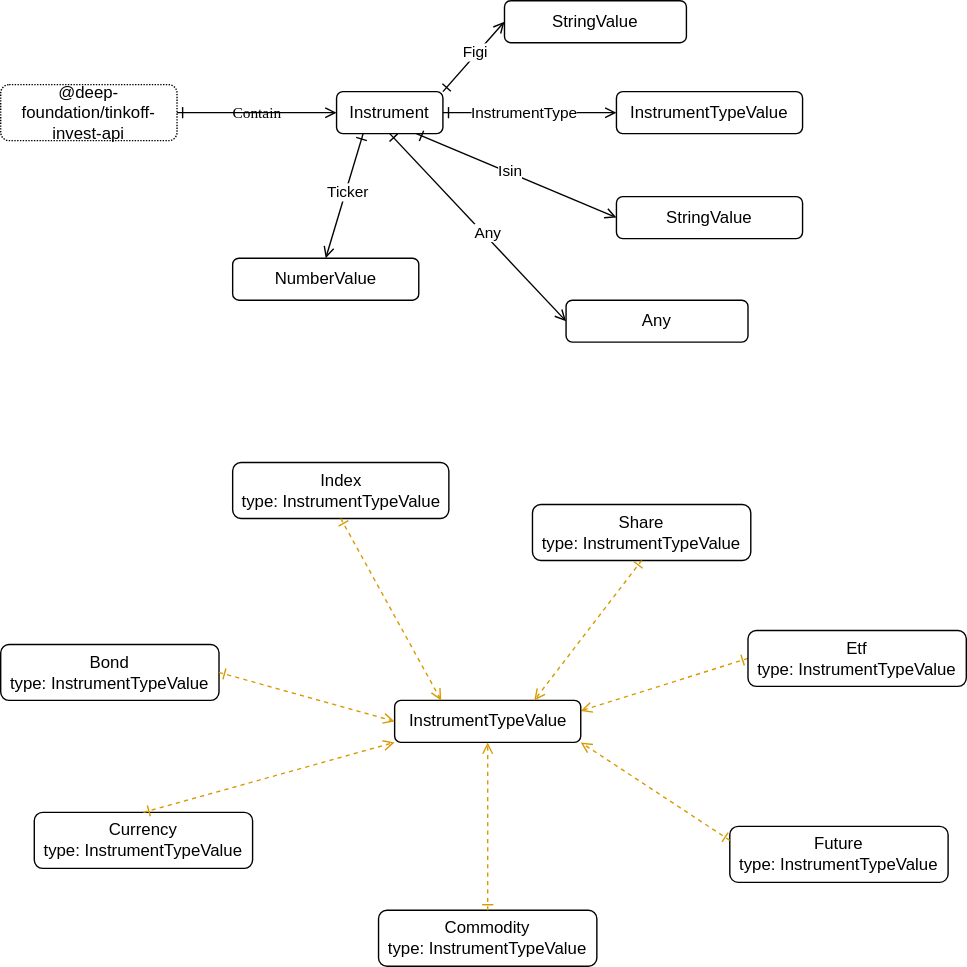
Earlier version of the draw.io export src/instrument/Instrument.drawio.svg (suenot/deep-tinkoff-invest-api). Source tidied: cells renumbered, new cells last; positions are measured from the earlier drawing's top-left corner, leaving out a move shared by most shapes. Source of this version:
```xml
<mxGraphModel>
  <root>
    <mxCell id="0" />
    <mxCell id="1" parent="0" />
    <mxCell id="2" style="edgeStyle=none;html=1;exitX=1;exitY=0;exitDx=0;exitDy=0;entryX=0;entryY=0.5;entryDx=0;entryDy=0;startArrow=ERone;startFill=0;endArrow=open;endFill=0;" parent="1" edge="1" source="4" target="5">
      <mxGeometry relative="1" as="geometry" />
    </mxCell>
    <mxCell id="3" value="Figi" style="edgeLabel;html=1;align=center;verticalAlign=middle;" parent="2" vertex="1">
      <mxGeometry x="0.08" y="2" relative="1" as="geometry" />
    </mxCell>
    <mxCell id="4" value="Instrument" style="rounded=1;whiteSpace=wrap;html=1;labelBackgroundColor=none;" parent="1" vertex="1">
      <mxGeometry x="240" y="65" width="76" height="30" as="geometry" />
    </mxCell>
    <mxCell id="5" value="StringValue" style="rounded=1;whiteSpace=wrap;html=1;labelBackgroundColor=none;" parent="1" vertex="1">
      <mxGeometry x="360" width="130" height="30" as="geometry" />
    </mxCell>
    <mxCell id="6" value="@deep-foundation/tinkoff-invest-api" style="rounded=1;whiteSpace=wrap;html=1;labelBackgroundColor=none;dashed=1;dashPattern=1 1;" parent="1" vertex="1">
      <mxGeometry y="60" width="126" height="40" as="geometry" />
    </mxCell>
    <mxCell id="7" value="Contain" style="jettySize=auto;html=1;shadow=0;labelBackgroundColor=none;startArrow=ERone;startFill=0;endArrow=open;endFill=0;fontColor=#000000;fontFamily=Comic Sans MS;entryX=0;entryY=0.5;entryDx=0;entryDy=0;exitX=1;exitY=0.5;exitDx=0;exitDy=0;" parent="1" edge="1" source="6" target="4">
      <mxGeometry relative="1" as="geometry" />
    </mxCell>
    <mxCell id="8" style="edgeStyle=none;html=1;exitX=0;exitY=0.5;exitDx=0;exitDy=0;dashed=1;startArrow=ERone;startFill=0;endArrow=open;endFill=0;entryX=1;entryY=0.25;entryDx=0;entryDy=0;strokeColor=#D79B00;" parent="1" edge="1" source="11" target="9">
      <mxGeometry relative="1" as="geometry" />
    </mxCell>
    <mxCell id="9" value="InstrumentTypeValue" style="rounded=1;whiteSpace=wrap;html=1;labelBackgroundColor=none;" parent="1" vertex="1">
      <mxGeometry x="281.5" y="500" width="133" height="30" as="geometry" />
    </mxCell>
    <mxCell id="10" value="Share&lt;br&gt;type: InstrumentTypeValue" style="rounded=1;whiteSpace=wrap;html=1;labelBackgroundColor=none;" parent="1" vertex="1">
      <mxGeometry x="380" y="360" width="156" height="40" as="geometry" />
    </mxCell>
    <mxCell id="11" value="Etf&lt;br&gt;type: InstrumentTypeValue" style="rounded=1;whiteSpace=wrap;html=1;labelBackgroundColor=none;" parent="1" vertex="1">
      <mxGeometry x="534" y="450" width="156" height="40" as="geometry" />
    </mxCell>
    <mxCell id="12" value="Future&lt;br&gt;type: InstrumentTypeValue" style="rounded=1;whiteSpace=wrap;html=1;labelBackgroundColor=none;" parent="1" vertex="1">
      <mxGeometry x="521" y="590" width="156" height="40" as="geometry" />
    </mxCell>
    <mxCell id="13" value="Commodity&lt;br&gt;type: InstrumentTypeValue" style="rounded=1;whiteSpace=wrap;html=1;labelBackgroundColor=none;" parent="1" vertex="1">
      <mxGeometry x="270" y="650" width="156" height="40" as="geometry" />
    </mxCell>
    <mxCell id="14" value="Index&lt;br&gt;type: InstrumentTypeValue" style="rounded=1;whiteSpace=wrap;html=1;labelBackgroundColor=none;" parent="1" vertex="1">
      <mxGeometry x="165.8" y="330" width="154.5" height="40" as="geometry" />
    </mxCell>
    <mxCell id="15" value="Currency&lt;br&gt;type: InstrumentTypeValue" style="rounded=1;whiteSpace=wrap;html=1;labelBackgroundColor=none;" parent="1" vertex="1">
      <mxGeometry x="24" y="580" width="156" height="40" as="geometry" />
    </mxCell>
    <mxCell id="16" value="Bond&lt;br&gt;type: InstrumentTypeValue" style="rounded=1;whiteSpace=wrap;html=1;labelBackgroundColor=none;" parent="1" vertex="1">
      <mxGeometry y="460" width="156" height="40" as="geometry" />
    </mxCell>
    <mxCell id="17" style="edgeStyle=none;html=1;exitX=1;exitY=0.5;exitDx=0;exitDy=0;startArrow=ERone;startFill=0;entryX=0;entryY=0.5;entryDx=0;entryDy=0;endArrow=open;endFill=0;" parent="1" edge="1" source="4" target="19">
      <mxGeometry relative="1" as="geometry" />
    </mxCell>
    <mxCell id="18" value="InstrumentType" style="edgeLabel;html=1;align=center;verticalAlign=middle;" parent="17" vertex="1">
      <mxGeometry x="-0.07" y="1" relative="1" as="geometry" />
    </mxCell>
    <mxCell id="19" value="InstrumentTypeValue" style="rounded=1;whiteSpace=wrap;html=1;labelBackgroundColor=none;" parent="1" vertex="1">
      <mxGeometry x="440" y="65" width="133" height="30" as="geometry" />
    </mxCell>
    <mxCell id="20" value="NumberValue" style="rounded=1;whiteSpace=wrap;html=1;labelBackgroundColor=none;" parent="1" vertex="1">
      <mxGeometry x="165.8" y="184" width="133" height="30" as="geometry" />
    </mxCell>
    <mxCell id="21" style="edgeStyle=none;html=1;exitX=0.25;exitY=1;exitDx=0;exitDy=0;startArrow=ERone;startFill=0;entryX=0.5;entryY=0;entryDx=0;entryDy=0;endArrow=open;endFill=0;" parent="1" edge="1" source="4" target="20">
      <mxGeometry relative="1" as="geometry" />
    </mxCell>
    <mxCell id="22" value="Ticker" style="edgeLabel;html=1;align=center;verticalAlign=middle;" parent="21" vertex="1">
      <mxGeometry x="-0.07" y="1" relative="1" as="geometry" />
    </mxCell>
    <mxCell id="23" value="StringValue" style="rounded=1;whiteSpace=wrap;html=1;labelBackgroundColor=none;" parent="1" vertex="1">
      <mxGeometry x="440" y="140" width="133" height="30" as="geometry" />
    </mxCell>
    <mxCell id="24" style="edgeStyle=none;html=1;exitX=0.75;exitY=1;exitDx=0;exitDy=0;startArrow=ERone;startFill=0;entryX=0;entryY=0.5;entryDx=0;entryDy=0;endArrow=open;endFill=0;" parent="1" edge="1" source="4" target="23">
      <mxGeometry relative="1" as="geometry" />
    </mxCell>
    <mxCell id="25" value="Isin" style="edgeLabel;html=1;align=center;verticalAlign=middle;" parent="24" vertex="1">
      <mxGeometry x="-0.07" y="1" relative="1" as="geometry" />
    </mxCell>
    <mxCell id="26" style="edgeStyle=none;html=1;entryX=0.5;entryY=1;entryDx=0;entryDy=0;dashed=1;startArrow=ERone;startFill=0;endArrow=open;endFill=0;exitX=0.5;exitY=0;exitDx=0;exitDy=0;strokeColor=#D79B00;" parent="1" edge="1" source="13" target="9">
      <mxGeometry relative="1" as="geometry" />
    </mxCell>
    <mxCell id="27" style="edgeStyle=none;html=1;exitX=0;exitY=0.25;exitDx=0;exitDy=0;dashed=1;startArrow=ERone;startFill=0;endArrow=open;endFill=0;entryX=1;entryY=1;entryDx=0;entryDy=0;strokeColor=#D79B00;" parent="1" edge="1" source="12" target="9">
      <mxGeometry relative="1" as="geometry" />
    </mxCell>
    <mxCell id="28" style="edgeStyle=none;html=1;dashed=1;startArrow=ERone;startFill=0;endArrow=open;endFill=0;entryX=0;entryY=1;entryDx=0;entryDy=0;exitX=0.5;exitY=0;exitDx=0;exitDy=0;strokeColor=#D79B00;" parent="1" edge="1" source="15" target="9">
      <mxGeometry relative="1" as="geometry" />
    </mxCell>
    <mxCell id="29" style="edgeStyle=none;html=1;exitX=1;exitY=0.5;exitDx=0;exitDy=0;dashed=1;startArrow=ERone;startFill=0;endArrow=open;endFill=0;entryX=0;entryY=0.5;entryDx=0;entryDy=0;strokeColor=#D79B00;" parent="1" edge="1" source="16" target="9">
      <mxGeometry relative="1" as="geometry" />
    </mxCell>
    <mxCell id="30" style="edgeStyle=none;html=1;entryX=0.25;entryY=0;entryDx=0;entryDy=0;dashed=1;startArrow=ERone;startFill=0;endArrow=open;endFill=0;exitX=0.5;exitY=1;exitDx=0;exitDy=0;strokeColor=#D79B00;" parent="1" edge="1" source="14" target="9">
      <mxGeometry relative="1" as="geometry" />
    </mxCell>
    <mxCell id="31" style="edgeStyle=none;html=1;exitX=0.5;exitY=1;exitDx=0;exitDy=0;dashed=1;startArrow=ERone;startFill=0;endArrow=open;endFill=0;entryX=0.75;entryY=0;entryDx=0;entryDy=0;strokeColor=#D79B00;" parent="1" edge="1" source="10" target="9">
      <mxGeometry relative="1" as="geometry" />
    </mxCell>
    <mxCell id="32" style="edgeStyle=none;html=1;exitX=0.5;exitY=1;exitDx=0;exitDy=0;startArrow=ERone;startFill=0;endArrow=open;endFill=0;entryX=0;entryY=0.5;entryDx=0;entryDy=0;" parent="1" edge="1" source="4" target="34">
      <mxGeometry relative="1" as="geometry" />
    </mxCell>
    <mxCell id="33" value="Any" style="edgeLabel;html=1;align=center;verticalAlign=middle;" parent="32" vertex="1">
      <mxGeometry x="0.08" y="2" relative="1" as="geometry" />
    </mxCell>
    <mxCell id="34" value="Any" style="rounded=1;whiteSpace=wrap;html=1;labelBackgroundColor=none;" parent="1" vertex="1">
      <mxGeometry x="404" y="214" width="130" height="30" as="geometry" />
    </mxCell>
  </root>
</mxGraphModel>
```
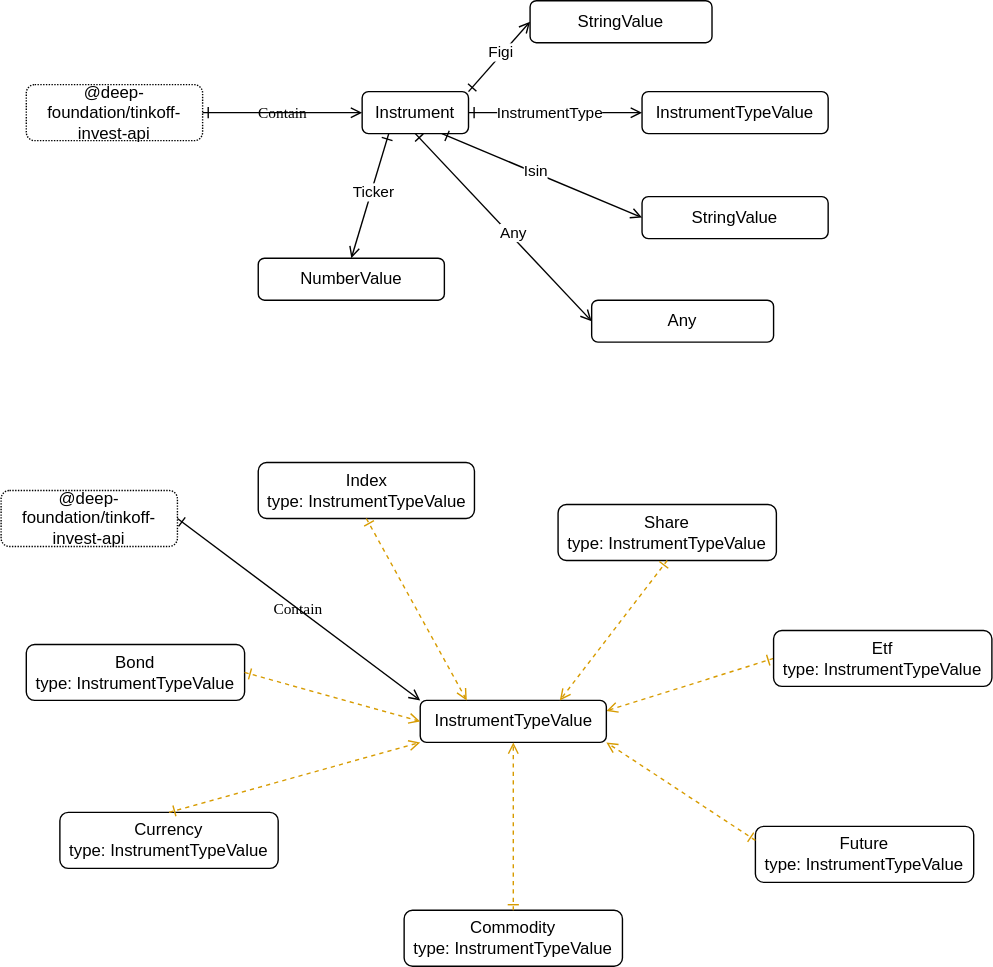
The same file after the commit.

What changed in the source:
```diff
@@ -101,5 +101,11 @@
     <mxCell id="34" value="Any" style="rounded=1;whiteSpace=wrap;html=1;labelBackgroundColor=none;" parent="1" vertex="1">
       <mxGeometry x="404" y="214" width="130" height="30" as="geometry" />
     </mxCell>
+    <mxCell id="35" value="@deep-foundation/tinkoff-invest-api" style="rounded=1;whiteSpace=wrap;html=1;labelBackgroundColor=none;dashed=1;dashPattern=1 1;" parent="1" vertex="1">
+      <mxGeometry x="-18" y="350" width="126" height="40" as="geometry" />
+    </mxCell>
+    <mxCell id="36" value="Contain" style="jettySize=auto;html=1;shadow=0;labelBackgroundColor=none;startArrow=ERone;startFill=0;endArrow=open;endFill=0;fontColor=#000000;fontFamily=Comic Sans MS;entryX=0;entryY=0;entryDx=0;entryDy=0;exitX=1;exitY=0.5;exitDx=0;exitDy=0;" parent="1" edge="1" source="35" target="9">
+      <mxGeometry relative="1" as="geometry" />
+    </mxCell>
   </root>
 </mxGraphModel>
```
